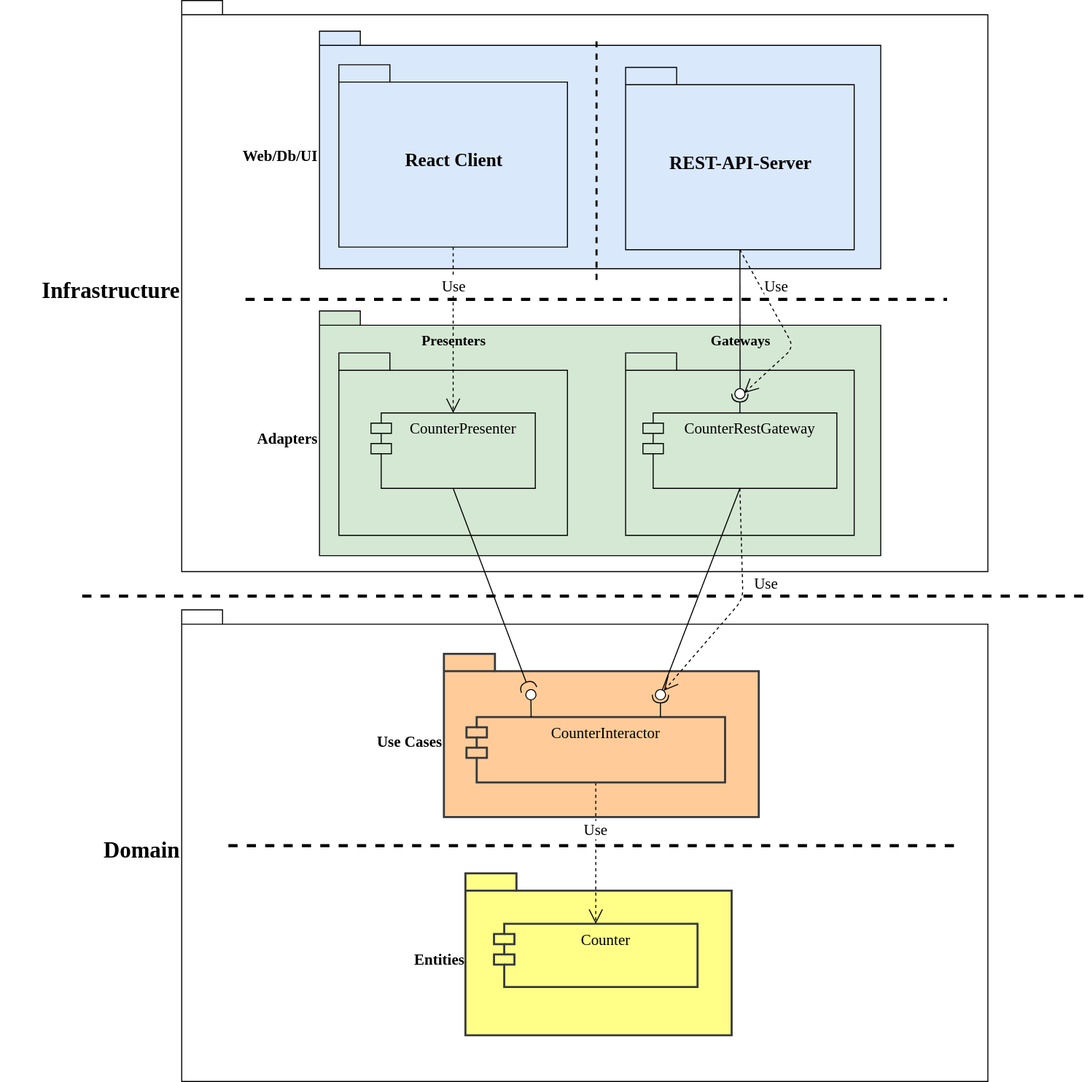
The draw.io diagram app/diagrams/packages.uml.svg in softspiders/clean-architecture-counter-starters, before a commit. Source tidied: cells renumbered, new cells last; positions are measured from the earlier drawing's top-left corner, leaving out a move shared by most shapes.
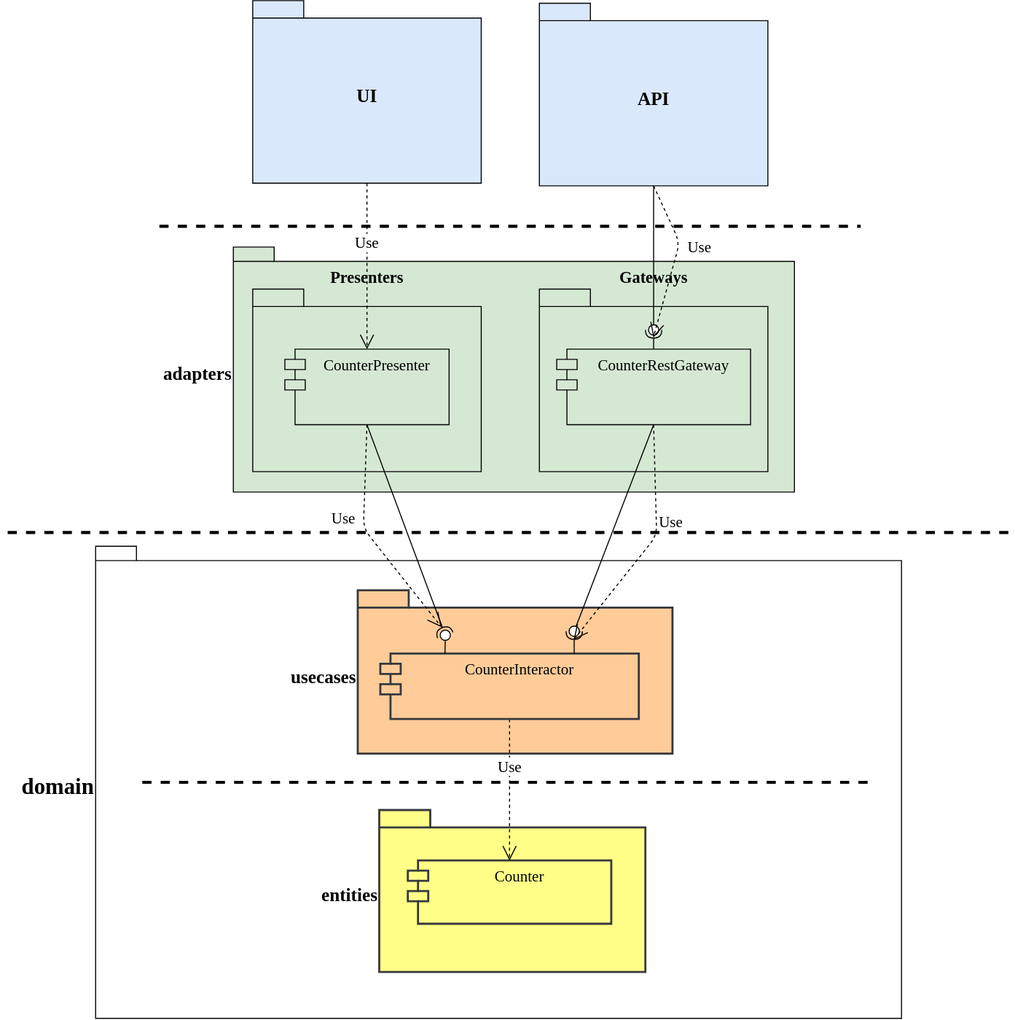
After the change.

What changed in the source:
```diff
@@ -2,22 +2,22 @@
   <root>
     <mxCell id="0" />
     <mxCell id="1" parent="0" />
-    <mxCell id="2" style="group;strokeColor=none;dashed=1;" parent="1" vertex="1">
+    <mxCell id="2" style="group;strokeColor=none;" parent="1" vertex="1">
       <mxGeometry x="97.5" y="597.5" width="790" height="462.5" as="geometry" />
     </mxCell>
-    <mxCell id="3" value="&lt;font style=&quot;font-size: 22px&quot;&gt;Domain&lt;/font&gt;" style="shape=folder;fontStyle=1;spacingTop=10;tabWidth=40;tabHeight=14;tabPosition=left;html=1;fontSize=15;labelPosition=left;verticalLabelPosition=middle;align=right;verticalAlign=middle;fontFamily=Verdana;" parent="2" vertex="1">
+    <mxCell id="3" value="&lt;font style=&quot;font-size: 22px&quot;&gt;domain&lt;/font&gt;" style="shape=folder;fontStyle=1;spacingTop=10;tabWidth=40;tabHeight=14;tabPosition=left;html=1;fontSize=15;labelPosition=left;verticalLabelPosition=middle;align=right;verticalAlign=middle;fontFamily=Verdana;" parent="2" vertex="1">
       <mxGeometry width="790" height="462.5" as="geometry" />
     </mxCell>
     <mxCell id="4" style="group;fontSize=13;labelPosition=left;verticalLabelPosition=middle;align=right;verticalAlign=middle;fillColor=none;strokeColor=none;strokeWidth=2;" parent="2" vertex="1">
       <mxGeometry x="200.8" y="246.7" width="410" height="182.1" as="geometry" />
     </mxCell>
-    <mxCell id="5" value="&lt;font style=&quot;font-size: 15px&quot;&gt;Entities&lt;/font&gt;" style="shape=folder;fontStyle=1;spacingTop=10;tabWidth=50;tabHeight=17;tabPosition=left;html=1;rounded=0;shadow=0;comic=0;labelBackgroundColor=none;strokeWidth=2;fontFamily=Verdana;fontSize=10;align=right;labelPosition=left;verticalLabelPosition=middle;verticalAlign=middle;fillColor=#ffff88;strokeColor=#36393d;" parent="4" vertex="1">
+    <mxCell id="5" value="&lt;font style=&quot;font-size: 18px&quot;&gt;entities&lt;/font&gt;" style="shape=folder;fontStyle=1;spacingTop=10;tabWidth=50;tabHeight=17;tabPosition=left;html=1;rounded=0;shadow=0;comic=0;labelBackgroundColor=none;strokeWidth=2;fontFamily=Verdana;fontSize=10;align=right;labelPosition=left;verticalLabelPosition=middle;verticalAlign=middle;fillColor=#ffff88;strokeColor=#36393d;" parent="4" vertex="1">
       <mxGeometry x="77.3" y="11.7" width="260.9" height="158.7" as="geometry" />
     </mxCell>
     <mxCell id="6" value="Counter" style="shape=module;align=left;spacingLeft=20;align=center;verticalAlign=top;fontFamily=Verdana;fontSize=15;fillColor=#ffff88;strokeColor=#36393d;strokeWidth=2;" parent="4" vertex="1">
       <mxGeometry x="105.3" y="61.1" width="199.4" height="62" as="geometry" />
     </mxCell>
-    <mxCell id="7" value="&lt;font style=&quot;font-size: 15px&quot;&gt;Use Cases&lt;/font&gt;" style="shape=folder;fontStyle=1;spacingTop=10;tabWidth=50;tabHeight=17;tabPosition=left;html=1;rounded=0;shadow=0;comic=0;labelBackgroundColor=none;strokeWidth=2;fontFamily=Verdana;fontSize=12;align=right;labelPosition=left;verticalLabelPosition=middle;verticalAlign=middle;fillColor=#ffcc99;strokeColor=#36393d;" parent="2" vertex="1">
+    <mxCell id="7" value="&lt;font style=&quot;font-size: 18px&quot;&gt;usecases&lt;/font&gt;" style="shape=folder;fontStyle=1;spacingTop=10;tabWidth=50;tabHeight=17;tabPosition=left;html=1;rounded=0;shadow=0;comic=0;labelBackgroundColor=none;strokeWidth=2;fontFamily=Verdana;fontSize=12;align=right;labelPosition=left;verticalLabelPosition=middle;verticalAlign=middle;fillColor=#ffcc99;strokeColor=#36393d;" parent="2" vertex="1">
       <mxGeometry x="256.9" y="43.1" width="308.5" height="160" as="geometry" />
     </mxCell>
     <mxCell id="8" value="Use" style="endArrow=open;endSize=12;dashed=1;html=1;fontFamily=Verdana;fontSize=15;exitX=0.5;exitY=1;exitDx=0;exitDy=0;entryX=0.5;entryY=0;entryDx=0;entryDy=0;" parent="2" edge="1" source="9" target="6">
@@ -32,31 +32,25 @@
     <mxCell id="11" style="ellipse;whiteSpace=wrap;html=1;fontFamily=Helvetica;fontSize=12;fontColor=#000000;align=center;strokeColor=#000000;fillColor=#ffffff;points=[];" parent="2" vertex="1">
       <mxGeometry x="464.2" y="78.2" width="10" height="10" as="geometry" />
     </mxCell>
-    <mxCell id="12" style="rounded=0;jettySize=auto;html=1;endArrow=none;endFill=0;fontFamily=Verdana;fontSize=15;exitX=0.25;exitY=0;exitDx=0;exitDy=0;" parent="2" edge="1" source="9" target="13">
-      <mxGeometry relative="1" as="geometry" />
-    </mxCell>
-    <mxCell id="13" style="ellipse;whiteSpace=wrap;html=1;fontFamily=Helvetica;fontSize=12;fontColor=#000000;align=center;strokeColor=#000000;fillColor=#ffffff;points=[];" parent="2" vertex="1">
-      <mxGeometry x="337.2" y="78.2" width="10" height="10" as="geometry" />
-    </mxCell>
     <mxCell id="14" style="line;strokeWidth=3;fillColor=none;align=left;verticalAlign=middle;spacingTop=-1;spacingLeft=3;spacingRight=3;labelPosition=right;dashed=1;" parent="2" vertex="1">
       <mxGeometry x="45.8" y="227.2" width="720" height="8" as="geometry" />
     </mxCell>
-    <mxCell id="15" value="&lt;font style=&quot;font-size: 22px&quot;&gt;Infrastructure&lt;/font&gt;" style="shape=folder;fontStyle=1;spacingTop=10;tabWidth=40;tabHeight=14;tabPosition=left;html=1;strokeWidth=1;fontFamily=Verdana;fontSize=12;labelPosition=left;verticalLabelPosition=middle;align=right;verticalAlign=middle;" parent="1" vertex="1">
-      <mxGeometry x="97.5" width="790" height="560" as="geometry" />
-    </mxCell>
-    <mxCell id="16" value="Web/Db/UI" style="shape=folder;fontStyle=1;spacingTop=10;tabWidth=40;tabHeight=14;tabPosition=left;html=1;fontSize=15;labelPosition=left;verticalLabelPosition=middle;align=right;verticalAlign=middle;fontFamily=Verdana;fillColor=#dae8fc;strokeColor=#000000;" parent="1" vertex="1">
-      <mxGeometry x="232.5" y="30" width="550" height="233" as="geometry" />
-    </mxCell>
+    <mxCell id="36" style="rounded=0;jettySize=auto;html=1;endArrow=none;endFill=0;fontFamily=Verdana;fontSize=12;exitX=0.25;exitY=0;exitDx=0;exitDy=0;" parent="2" edge="1" source="9" target="37">
+      <mxGeometry relative="1" as="geometry" />
+    </mxCell>
+    <mxCell id="37" style="ellipse;whiteSpace=wrap;html=1;fontFamily=Helvetica;fontSize=12;fontColor=#000000;align=center;strokeColor=#000000;fillColor=#ffffff;points=[];" parent="2" vertex="1">
+      <mxGeometry x="337.8" y="82.2" width="10" height="10" as="geometry" />
+    </mxCell>
-    <mxCell id="17" value="Adapters" style="shape=folder;fontStyle=1;spacingTop=10;tabWidth=40;tabHeight=14;tabPosition=left;html=1;fontSize=15;labelPosition=left;verticalLabelPosition=middle;align=right;verticalAlign=middle;fontFamily=Verdana;fillColor=#d5e8d4;strokeColor=#000000;" parent="1" vertex="1">
+    <mxCell id="17" value="&lt;font style=&quot;font-size: 18px&quot;&gt;adapters&lt;/font&gt;" style="shape=folder;fontStyle=1;spacingTop=10;tabWidth=40;tabHeight=14;tabPosition=left;html=1;fontSize=15;labelPosition=left;verticalLabelPosition=middle;align=right;verticalAlign=middle;fontFamily=Verdana;fillColor=#d5e8d4;strokeColor=#000000;" parent="1" vertex="1">
       <mxGeometry x="232.5" y="304.4" width="550" height="240" as="geometry" />
     </mxCell>
-    <mxCell id="18" value="&lt;font style=&quot;font-size: 14px&quot;&gt;Presenters&lt;/font&gt;" style="shape=folder;fontStyle=1;spacingTop=10;tabWidth=50;tabHeight=17;tabPosition=left;html=1;rounded=0;shadow=0;comic=0;labelBackgroundColor=none;strokeWidth=1;fontFamily=Verdana;fontSize=10;align=center;labelPosition=center;verticalLabelPosition=top;verticalAlign=bottom;fillColor=#d5e8d4;strokeColor=#000000;" parent="1" vertex="1">
+    <mxCell id="18" value="&lt;font style=&quot;font-size: 16px&quot;&gt;Presenters&lt;/font&gt;" style="shape=folder;fontStyle=1;spacingTop=10;tabWidth=50;tabHeight=17;tabPosition=left;html=1;rounded=0;shadow=0;comic=0;labelBackgroundColor=none;strokeWidth=1;fontFamily=Verdana;fontSize=10;align=center;labelPosition=center;verticalLabelPosition=top;verticalAlign=bottom;fillColor=#d5e8d4;strokeColor=#000000;" parent="1" vertex="1">
       <mxGeometry x="251.5" y="345.6" width="224" height="178.8" as="geometry" />
     </mxCell>
     <mxCell id="19" style="group;fillColor=#d5e8d4;strokeColor=none;" parent="1" vertex="1">
       <mxGeometry x="532.5" y="345.6" width="224" height="178.8" as="geometry" />
     </mxCell>
-    <mxCell id="20" value="&lt;font style=&quot;font-size: 14px&quot;&gt;Gateways&lt;/font&gt;" style="shape=folder;fontStyle=1;spacingTop=10;tabWidth=50;tabHeight=17;tabPosition=left;html=1;rounded=0;shadow=0;comic=0;labelBackgroundColor=none;strokeWidth=1;fontFamily=Verdana;fontSize=10;align=center;labelPosition=center;verticalLabelPosition=top;verticalAlign=bottom;fillColor=#d5e8d4;strokeColor=#000000;" parent="19" vertex="1">
+    <mxCell id="20" value="&lt;font style=&quot;font-size: 16px&quot;&gt;Gateways&lt;/font&gt;" style="shape=folder;fontStyle=1;spacingTop=10;tabWidth=50;tabHeight=17;tabPosition=left;html=1;rounded=0;shadow=0;comic=0;labelBackgroundColor=none;strokeWidth=1;fontFamily=Verdana;fontSize=10;align=center;labelPosition=center;verticalLabelPosition=top;verticalAlign=bottom;fillColor=#d5e8d4;strokeColor=#000000;" parent="19" vertex="1">
       <mxGeometry width="224" height="178.8" as="geometry" />
     </mxCell>
     <mxCell id="21" value="CounterRestGateway" style="shape=module;align=left;spacingLeft=20;align=center;verticalAlign=top;fontFamily=Verdana;fontSize=15;fillColor=#d5e8d4;strokeColor=#000000;" parent="19" vertex="1">
@@ -71,11 +65,11 @@
     <mxCell id="24" value="CounterPresenter" style="shape=module;align=left;spacingLeft=20;align=center;verticalAlign=top;fontFamily=Verdana;fontSize=15;fillColor=#d5e8d4;strokeColor=#000000;" parent="1" vertex="1">
       <mxGeometry x="283" y="404.4" width="161" height="74" as="geometry" />
     </mxCell>
-    <mxCell id="25" value="&lt;font style=&quot;font-size: 18px;&quot;&gt;React Client&lt;/font&gt;" style="shape=folder;fontStyle=1;spacingTop=10;tabWidth=50;tabHeight=17;tabPosition=left;html=1;rounded=0;shadow=0;comic=0;labelBackgroundColor=none;strokeWidth=1;fontFamily=Verdana;fontSize=18;align=center;labelPosition=center;verticalLabelPosition=middle;verticalAlign=middle;fillColor=#dae8fc;strokeColor=#000000;" parent="1" vertex="1">
+    <mxCell id="25" value="&lt;font style=&quot;font-size: 18px&quot;&gt;UI&lt;/font&gt;" style="shape=folder;fontStyle=1;spacingTop=10;tabWidth=50;tabHeight=17;tabPosition=left;html=1;rounded=0;shadow=0;comic=0;labelBackgroundColor=none;strokeWidth=1;fontFamily=Verdana;fontSize=18;align=center;labelPosition=center;verticalLabelPosition=middle;verticalAlign=middle;fillColor=#dae8fc;strokeColor=#000000;" parent="1" vertex="1">
       <mxGeometry x="251.5" y="63" width="224" height="178.8" as="geometry" />
     </mxCell>
     <mxCell id="26" value="Use" style="endArrow=open;endSize=12;dashed=1;html=1;fontFamily=Verdana;fontSize=15;entryX=0.5;entryY=0;entryDx=0;entryDy=0;exitX=0.5;exitY=1;exitDx=0;exitDy=0;exitPerimeter=0;" parent="1" edge="1" source="25" target="24">
-      <mxGeometry x="-0.53" relative="1" as="geometry" />
+      <mxGeometry x="-0.28" relative="1" as="geometry" />
     </mxCell>
     <mxCell id="27" style="rounded=0;jettySize=auto;html=1;endArrow=none;endFill=0;fontFamily=Verdana;fontSize=15;exitX=0.5;exitY=1;exitDx=0;exitDy=0;exitPerimeter=0;" parent="1" edge="1" source="35" target="22">
       <mxGeometry relative="1" as="geometry" />
@@ -83,34 +77,41 @@
     <mxCell id="28" style="rounded=0;jettySize=auto;html=1;endArrow=none;endFill=0;fontFamily=Verdana;fontSize=15;exitX=0.5;exitY=1;exitDx=0;exitDy=0;" parent="1" edge="1" source="21" target="11">
       <mxGeometry relative="1" as="geometry" />
     </mxCell>
-    <mxCell id="29" style="rounded=0;jettySize=auto;html=1;endArrow=halfCircle;endFill=0;endSize=6;strokeWidth=1;fontFamily=Verdana;fontSize=15;exitX=0.5;exitY=1;exitDx=0;exitDy=0;" parent="1" edge="1" source="24" target="13">
-      <mxGeometry relative="1" as="geometry" />
-    </mxCell>
-    <mxCell id="30" style="line;strokeWidth=2;fillColor=none;align=left;verticalAlign=middle;spacingTop=-1;spacingLeft=3;spacingRight=3;labelPosition=right;fontSize=12;labelBorderColor=none;dashed=1;direction=south;" parent="1" vertex="1">
-      <mxGeometry x="500" y="40" width="8" height="240" as="geometry" />
-    </mxCell>
-    <mxCell id="31" value="Use" style="endArrow=open;endSize=12;dashed=1;html=1;fontFamily=Verdana;fontSize=15;exitX=0.5;exitY=1;exitDx=0;exitDy=0;" parent="1" edge="1" source="21" target="11">
-      <mxGeometry x="-0.19" y="23" relative="1" as="geometry">
+    <mxCell id="31" value="Use" style="endArrow=open;endSize=12;dashed=1;html=1;fontFamily=Verdana;fontSize=15;exitX=0.5;exitY=1;exitDx=0;exitDy=0;entryX=0.449;entryY=1.33;entryDx=0;entryDy=0;entryPerimeter=0;" parent="1" edge="1" source="21" target="11">
+      <mxGeometry x="-0.21" y="14" relative="1" as="geometry">
         <Array as="points">
           <mxPoint x="647.5" y="587" />
         </Array>
       </mxGeometry>
     </mxCell>
-    <mxCell id="32" value="Use" style="endArrow=open;endSize=12;dashed=1;html=1;fontFamily=Verdana;fontSize=15;entryX=0.9;entryY=0.441;entryDx=0;entryDy=0;entryPerimeter=0;exitX=0.5;exitY=1;exitDx=0;exitDy=0;exitPerimeter=0;" parent="1" edge="1" source="35" target="22">
-      <mxGeometry x="-0.45" y="14" relative="1" as="geometry">
+    <mxCell id="32" value="Use" style="endArrow=open;endSize=12;dashed=1;html=1;fontFamily=Verdana;fontSize=15;exitX=0.5;exitY=1;exitDx=0;exitDy=0;exitPerimeter=0;" parent="1" edge="1" source="35">
+      <mxGeometry x="-0.18" y="20" relative="1" as="geometry">
+        <mxPoint x="644.3" y="393" as="targetPoint" />
         <Array as="points">
-          <mxPoint x="697.5" y="340" />
+          <mxPoint x="670" y="300" />
         </Array>
+        <mxPoint x="1" y="-5" as="offset" />
       </mxGeometry>
     </mxCell>
     <mxCell id="33" style="line;strokeWidth=3;fillColor=none;align=left;verticalAlign=middle;spacingTop=-1;spacingLeft=3;spacingRight=3;labelPosition=right;dashed=1;" parent="1" vertex="1">
-      <mxGeometry x="160" y="289" width="687.5" height="8" as="geometry" />
+      <mxGeometry x="160" y="280" width="687.5" height="8" as="geometry" />
     </mxCell>
     <mxCell id="34" style="line;strokeWidth=3;fillColor=none;align=left;verticalAlign=middle;spacingTop=-1;spacingLeft=3;spacingRight=3;labelPosition=right;dashed=1;" parent="1" vertex="1">
-      <mxGeometry y="580" width="985" height="8" as="geometry" />
+      <mxGeometry x="11.3" y="580" width="985" height="8" as="geometry" />
     </mxCell>
-    <mxCell id="35" value="&lt;font style=&quot;font-size: 18px&quot;&gt;REST-API-Server&lt;/font&gt;" style="shape=folder;fontStyle=1;spacingTop=10;tabWidth=50;tabHeight=17;tabPosition=left;html=1;rounded=0;shadow=0;comic=0;labelBackgroundColor=none;strokeWidth=1;fontFamily=Verdana;fontSize=18;align=center;labelPosition=center;verticalLabelPosition=middle;verticalAlign=middle;fillColor=#dae8fc;strokeColor=#000000;" parent="1" vertex="1">
+    <mxCell id="35" value="&lt;font style=&quot;font-size: 18px&quot;&gt;API&lt;/font&gt;" style="shape=folder;fontStyle=1;spacingTop=10;tabWidth=50;tabHeight=17;tabPosition=left;html=1;rounded=0;shadow=0;comic=0;labelBackgroundColor=none;strokeWidth=1;fontFamily=Verdana;fontSize=18;align=center;labelPosition=center;verticalLabelPosition=middle;verticalAlign=middle;fillColor=#dae8fc;strokeColor=#000000;" parent="1" vertex="1">
       <mxGeometry x="532.5" y="65.6" width="224" height="178.8" as="geometry" />
     </mxCell>
+    <mxCell id="38" value="Use" style="endArrow=open;endSize=12;dashed=1;html=1;fontFamily=Verdana;fontSize=15;exitX=0.5;exitY=1;exitDx=0;exitDy=0;" parent="1" edge="1" source="24">
+      <mxGeometry x="-0.18" y="-20" relative="1" as="geometry">
+        <mxPoint x="436.6" y="676.8" as="targetPoint" />
+        <Array as="points">
+          <mxPoint x="360" y="580" />
+        </Array>
+      </mxGeometry>
+    </mxCell>
+    <mxCell id="39" style="rounded=0;jettySize=auto;html=1;endArrow=halfCircle;endFill=0;entryX=0.5;entryY=0.5;entryDx=0;entryDy=0;endSize=6;strokeWidth=1;fontFamily=Verdana;fontSize=12;exitX=0.5;exitY=1;exitDx=0;exitDy=0;" parent="1" edge="1" source="24" target="37">
+      <mxGeometry relative="1" as="geometry" />
+    </mxCell>
   </root>
 </mxGraphModel>
```
